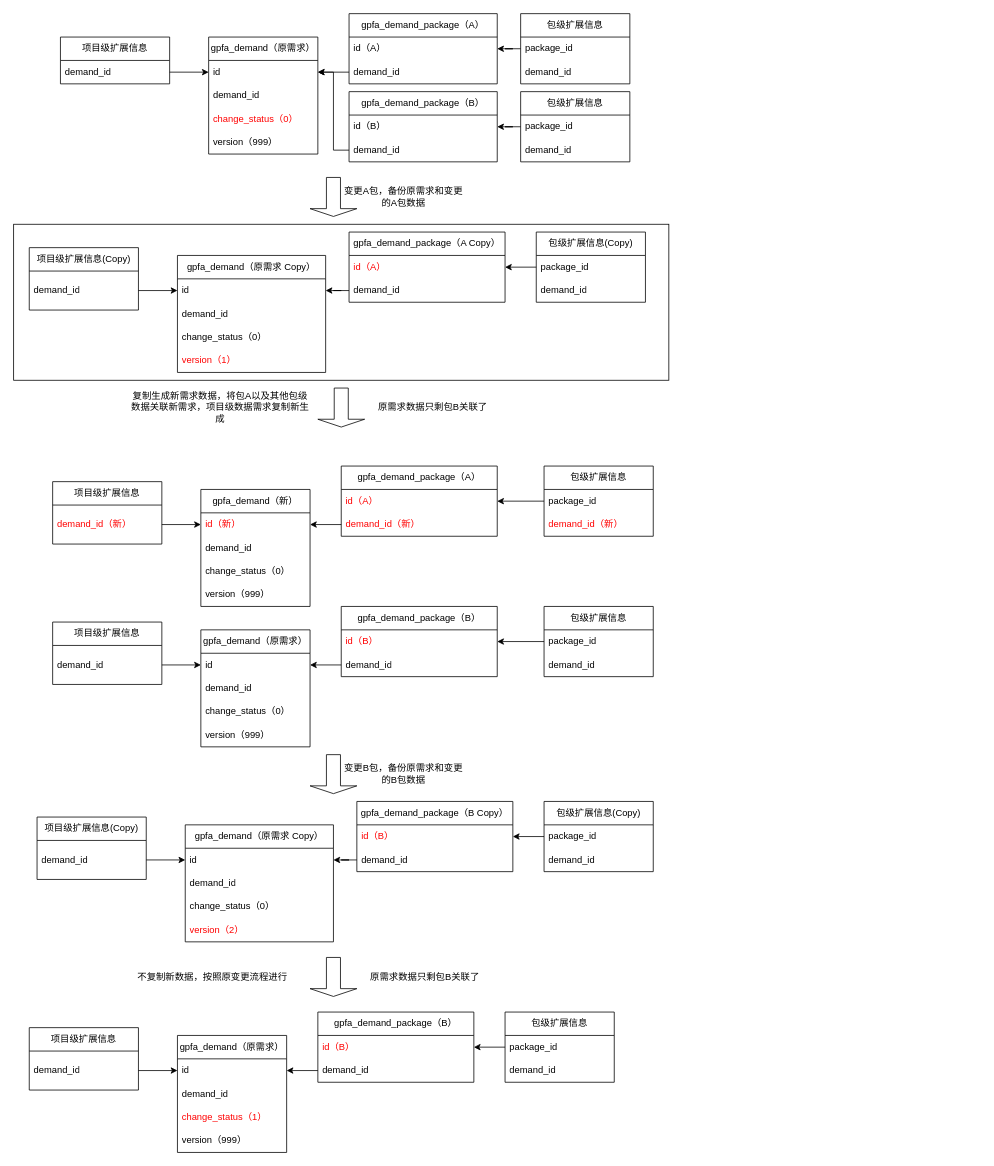
This is open_modify.drawio from dernight1/draw.io, a draw.io file, before an edit. Source tidied: cells renumbered, new cells numbered last; positions are measured from the earlier drawing's top-left corner, leaving out a move shared by most shapes. Both pictures are drawn from the tidied source at 78%, with x=0, y=0 at pixel (13, 13).
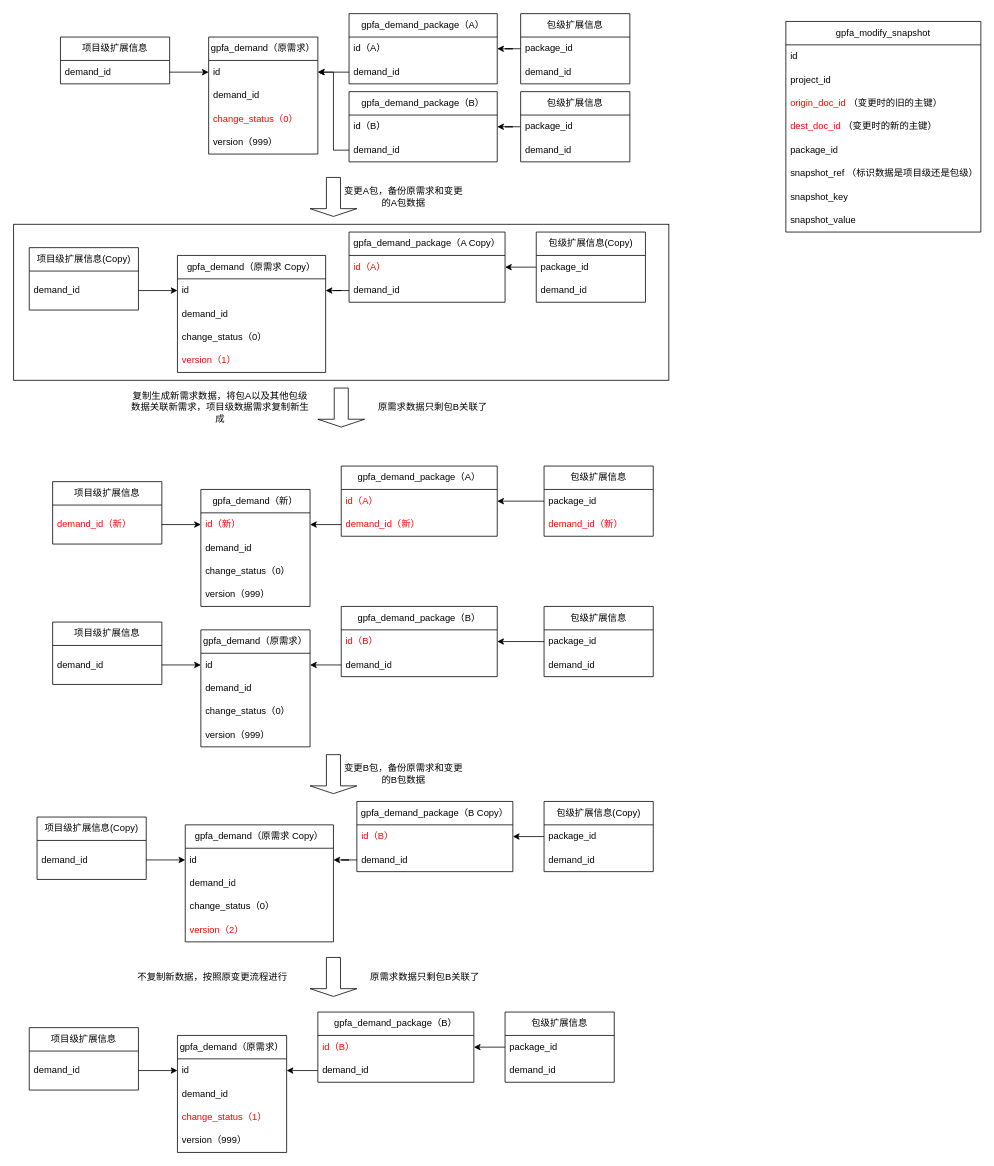
Above is the later version.

Diff of the diagram source:
```diff
@@
+    <mxCell id="117" value="gpfa_modify_snapshot" style="swimlane;fontStyle=0;horizontal=1;startSize=30;whiteSpace=wrap;html=1;" parent="1" vertex="1">
+      <mxGeometry x="990" y="10" width="250" height="270" as="geometry" />
+    </mxCell>
+    <mxCell id="118" value="id" style="text;strokeColor=none;fillColor=none;align=left;verticalAlign=middle;spacingLeft=4;spacingRight=4;overflow=hidden;whiteSpace=wrap;html=1;" parent="117" vertex="1">
+      <mxGeometry y="30" width="250" height="30" as="geometry" />
+    </mxCell>
+    <mxCell id="119" value="project_id" style="text;strokeColor=none;fillColor=none;align=left;verticalAlign=middle;spacingLeft=4;spacingRight=4;overflow=hidden;whiteSpace=wrap;html=1;" parent="117" vertex="1">
+      <mxGeometry y="60" width="250" height="30" as="geometry" />
+    </mxCell>
+    <mxCell id="120" value="&lt;font color=&quot;#ff0000&quot;&gt;origin_doc_id&lt;/font&gt; （变更时的旧的主键）" style="text;strokeColor=none;fillColor=none;align=left;verticalAlign=middle;spacingLeft=4;spacingRight=4;overflow=hidden;whiteSpace=wrap;html=1;" parent="117" vertex="1">
+      <mxGeometry y="90" width="250" height="30" as="geometry" />
+    </mxCell>
+    <mxCell id="121" value="&lt;font color=&quot;#ff0000&quot;&gt;dest_doc_id&lt;/font&gt; （变更时的新的主键）" style="text;strokeColor=none;fillColor=none;align=left;verticalAlign=middle;spacingLeft=4;spacingRight=4;overflow=hidden;whiteSpace=wrap;html=1;" parent="117" vertex="1">
+      <mxGeometry y="120" width="250" height="30" as="geometry" />
+    </mxCell>
+    <mxCell id="122" value="package_id" style="text;strokeColor=none;fillColor=none;align=left;verticalAlign=middle;spacingLeft=4;spacingRight=4;overflow=hidden;whiteSpace=wrap;html=1;" parent="117" vertex="1">
+      <mxGeometry y="150" width="250" height="30" as="geometry" />
+    </mxCell>
+    <mxCell id="123" value="snapshot_ref （标识数据是项目级还是包级）" style="text;strokeColor=none;fillColor=none;align=left;verticalAlign=middle;spacingLeft=4;spacingRight=4;overflow=hidden;whiteSpace=wrap;html=1;" parent="117" vertex="1">
+      <mxGeometry y="180" width="250" height="30" as="geometry" />
+    </mxCell>
+    <mxCell id="124" value="snapshot_key" style="text;strokeColor=none;fillColor=none;align=left;verticalAlign=middle;spacingLeft=4;spacingRight=4;overflow=hidden;whiteSpace=wrap;html=1;" parent="117" vertex="1">
+      <mxGeometry y="210" width="250" height="30" as="geometry" />
+    </mxCell>
+    <mxCell id="125" value="snapshot_value" style="text;strokeColor=none;fillColor=none;align=left;verticalAlign=middle;spacingLeft=4;spacingRight=4;overflow=hidden;whiteSpace=wrap;html=1;" parent="117" vertex="1">
+      <mxGeometry y="240" width="250" height="30" as="geometry" />
+    </mxCell>
```
